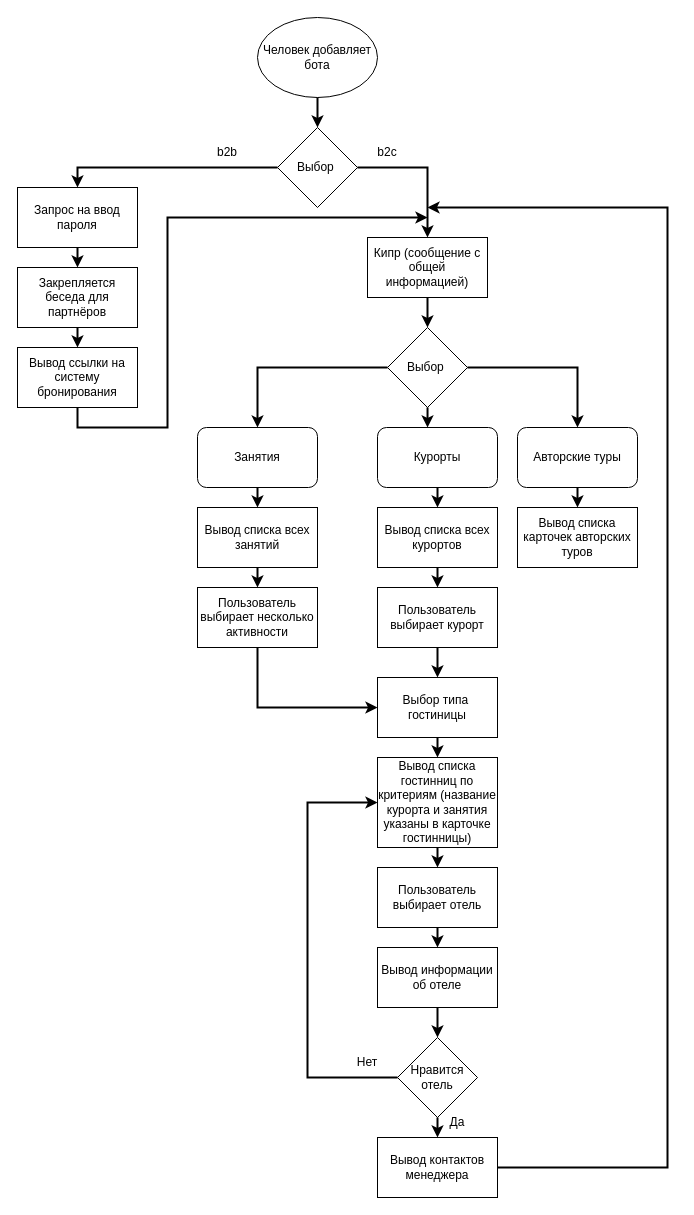
Above: diagram.drawio in ProdamGaraj/BCDTravelAgency (draw.io), before the change. Source tidied: cells renumbered, new cells numbered last; positions are measured from the earlier drawing's top-left corner, leaving out a move shared by most shapes. Both pictures are drawn from the tidied source at 100%, with x=0, y=0 at pixel (17, 17).
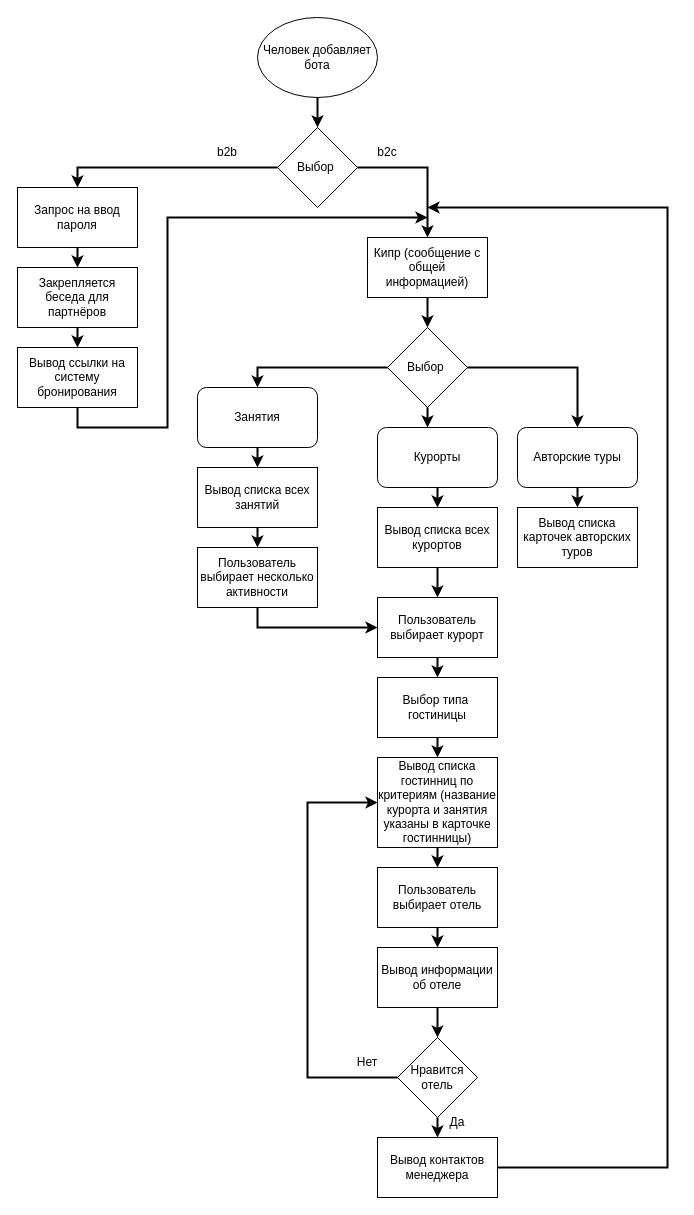
Above is the later version.

The change refers to these unchanged cells:
```xml
<mxCell id="38" value="Выбор типа&amp;nbsp; гостиницы" style="rounded=0;whiteSpace=wrap;html=1;strokeColor=#000000;fontColor=#000000;fillColor=none;" parent="1" vertex="1">
  <mxGeometry x="360" y="660" width="120" height="60" as="geometry" />
</mxCell>
```

The edit, as a diff of the source:
```diff
@@
     <mxCell id="22" value="Занятия" style="rounded=1;whiteSpace=wrap;html=1;strokeColor=#000000;fontColor=#000000;fillColor=none;" parent="1" vertex="1">
-      <mxGeometry x="180" y="410" width="120" height="60" as="geometry" />
+      <mxGeometry x="180" y="370" width="120" height="60" as="geometry" />
     </mxCell>
@@
     <mxCell id="30" value="Вывод списка всех занятий" style="rounded=0;whiteSpace=wrap;html=1;strokeColor=#000000;fontColor=#000000;fillColor=none;" parent="1" vertex="1">
-      <mxGeometry x="180" y="490" width="120" height="60" as="geometry" />
+      <mxGeometry x="180" y="450" width="120" height="60" as="geometry" />
     </mxCell>
-    <mxCell id="31" style="edgeStyle=none;rounded=0;html=1;strokeColor=#000000;fontColor=#000000;exitX=0.5;exitY=1;exitDx=0;exitDy=0;strokeWidth=2;entryX=0;entryY=0.5;entryDx=0;entryDy=0;" parent="1" edge="1" source="32" target="38">
+    <mxCell id="31" style="edgeStyle=none;rounded=0;html=1;strokeColor=#000000;fontColor=#000000;exitX=0.5;exitY=1;exitDx=0;exitDy=0;strokeWidth=2;entryX=0;entryY=0.5;entryDx=0;entryDy=0;" parent="1" edge="1" source="32" target="36">
       <mxGeometry relative="1" as="geometry">
         <Array as="points">
-          <mxPoint x="240" y="690" />
+          <mxPoint x="240" y="610" />
         </Array>
       </mxGeometry>
     </mxCell>
     <mxCell id="32" value="Пользователь выбирает несколько активности" style="rounded=0;whiteSpace=wrap;html=1;strokeColor=#000000;fontColor=#000000;fillColor=none;" parent="1" vertex="1">
-      <mxGeometry x="180" y="570" width="120" height="60" as="geometry" />
+      <mxGeometry x="180" y="530" width="120" height="60" as="geometry" />
     </mxCell>
@@
     <mxCell id="36" value="Пользователь выбирает курорт" style="rounded=0;whiteSpace=wrap;html=1;strokeColor=#000000;fontColor=#000000;fillColor=none;" parent="1" vertex="1">
-      <mxGeometry x="360" y="570" width="120" height="60" as="geometry" />
+      <mxGeometry x="360" y="580" width="120" height="60" as="geometry" />
     </mxCell>
```
